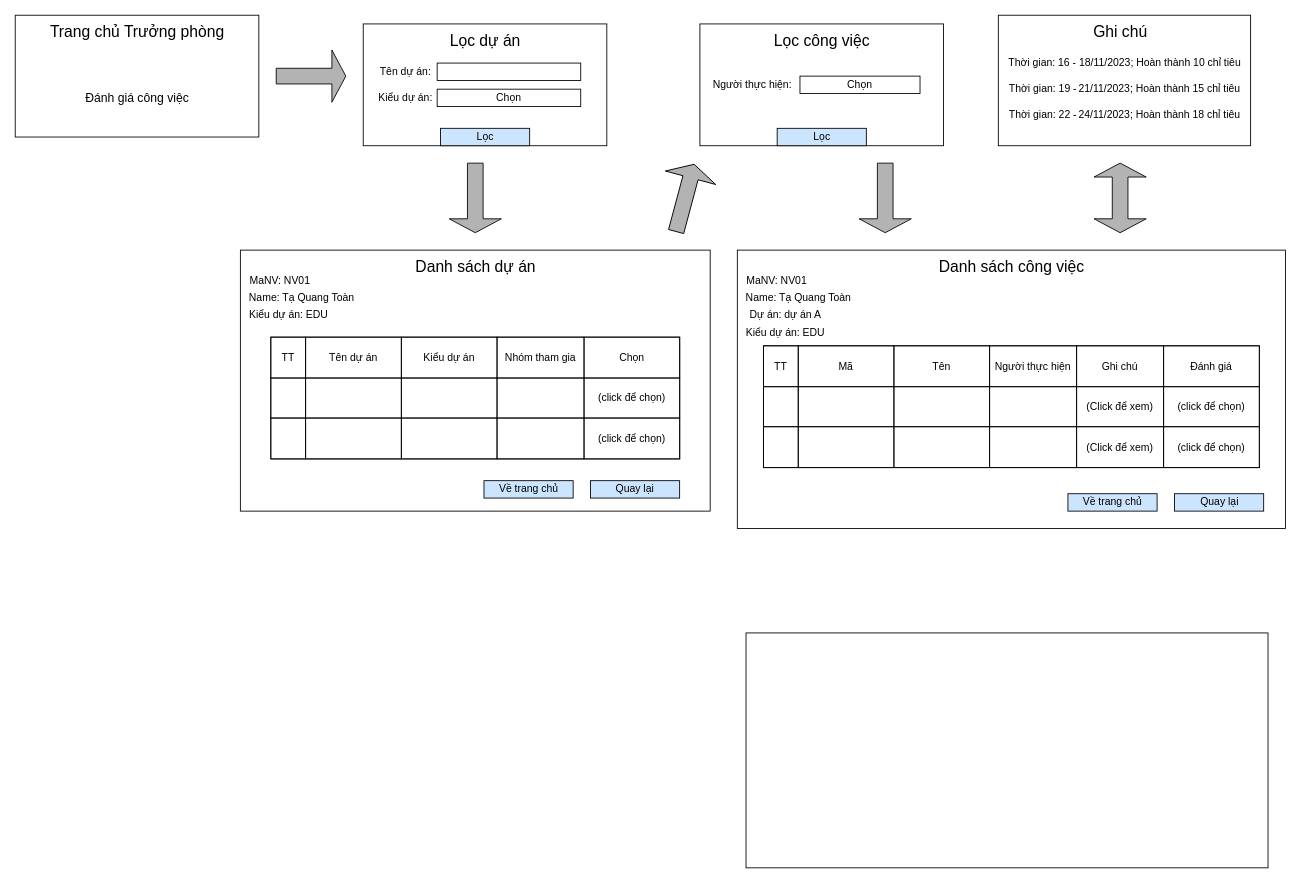
The draw.io diagram Untitled Diagram.drawio in ToanTa0326/next_test, before the edit. Source tidied: cells renumbered, new cells numbered last; positions are measured from the earlier drawing's top-left corner, leaving out a move shared by most shapes. Both pictures are drawn from the tidied source at 87%, with x=0, y=0 at pixel (15, 15).
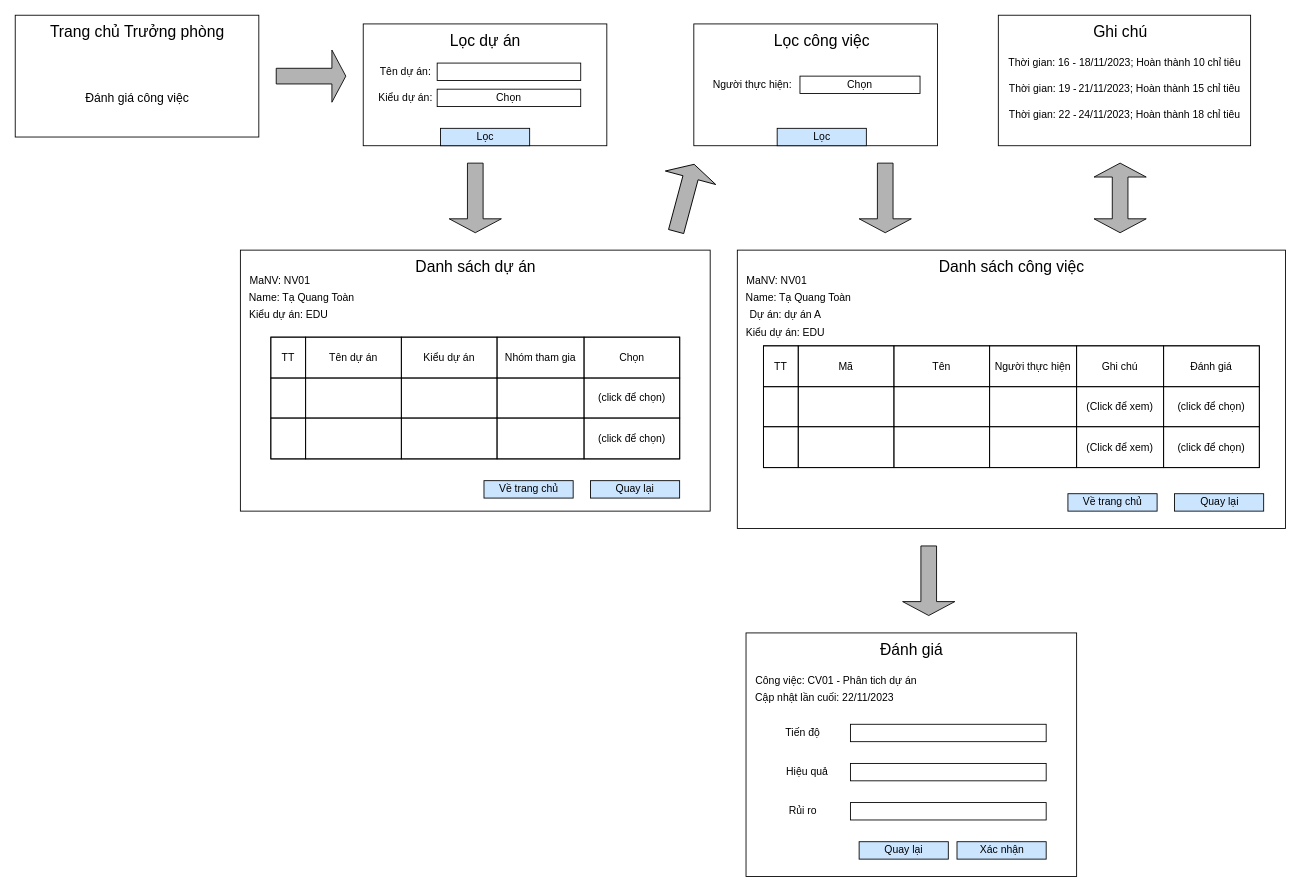
Above is the later version.

Diff of the diagram source:
```diff
@@
+    <mxCell id="84" style="rounded=0;whiteSpace=wrap;html=1;" parent="1" vertex="1">
+      <mxGeometry x="780" y="10" width="280" height="140" as="geometry" />
+    </mxCell>
@@
-    <mxCell id="40" style="rounded=0;whiteSpace=wrap;html=1;" parent="1" vertex="1">
-      <mxGeometry x="787" y="10" width="280" height="140" as="geometry" />
-    </mxCell>
@@
     <mxCell id="83" style="rounded=0;whiteSpace=wrap;html=1;" parent="1" vertex="1">
-      <mxGeometry x="840" y="710" width="600" height="270" as="geometry" />
+      <mxGeometry x="840" y="710" width="380" height="280" as="geometry" />
     </mxCell>
+    <mxCell id="85" value="&lt;span style=&quot;font-size: 18px;&quot;&gt;Đánh giá&lt;/span&gt;" style="text;html=1;align=center;verticalAlign=middle;strokeColor=none;fillColor=none;" parent="1" vertex="1">
+      <mxGeometry x="980" y="710" width="100" height="40" as="geometry" />
+    </mxCell>
+    <mxCell id="86" value="Tiến độ" style="text;html=1;align=center;verticalAlign=middle;strokeColor=none;fillColor=none;" parent="1" vertex="1">
+      <mxGeometry x="875" y="810" width="60" height="30" as="geometry" />
+    </mxCell>
+    <mxCell id="87" style="rounded=0;whiteSpace=wrap;html=1;" parent="1" vertex="1">
+      <mxGeometry x="960" y="815" width="225" height="20" as="geometry" />
+    </mxCell>
+    <mxCell id="88" value="Công việc: CV01 - Phân tich dự án&amp;nbsp;" style="text;html=1;align=center;verticalAlign=middle;strokeColor=none;fillColor=none;" parent="1" vertex="1">
+      <mxGeometry x="840" y="750" width="210" height="30" as="geometry" />
+    </mxCell>
+    <mxCell id="89" value="Hiệu quả" style="text;html=1;align=center;verticalAlign=middle;strokeColor=none;fillColor=none;" parent="1" vertex="1">
+      <mxGeometry x="875" y="855" width="70" height="30" as="geometry" />
+    </mxCell>
+    <mxCell id="90" style="rounded=0;whiteSpace=wrap;html=1;" parent="1" vertex="1">
+      <mxGeometry x="960" y="860" width="225" height="20" as="geometry" />
+    </mxCell>
+    <mxCell id="91" value="Rủi ro" style="text;html=1;align=center;verticalAlign=middle;strokeColor=none;fillColor=none;" parent="1" vertex="1">
+      <mxGeometry x="875" y="900" width="60" height="30" as="geometry" />
+    </mxCell>
+    <mxCell id="92" style="rounded=0;whiteSpace=wrap;html=1;" parent="1" vertex="1">
+      <mxGeometry x="960" y="905" width="225" height="20" as="geometry" />
+    </mxCell>
+    <mxCell id="93" value="Cập nhật lần cuối: 22/11/2023" style="text;html=1;align=center;verticalAlign=middle;strokeColor=none;fillColor=none;" parent="1" vertex="1">
+      <mxGeometry x="840" y="770" width="180" height="30" as="geometry" />
+    </mxCell>
+    <mxCell id="94" value="Xác nhận" style="rounded=0;whiteSpace=wrap;html=1;fillColor=#CCE5FF;" parent="1" vertex="1">
+      <mxGeometry x="1082.5" y="950" width="102.5" height="20" as="geometry" />
+    </mxCell>
+    <mxCell id="95" value="Quay lại" style="rounded=0;whiteSpace=wrap;html=1;fillColor=#CCE5FF;" parent="1" vertex="1">
+      <mxGeometry x="970" y="950" width="102.5" height="20" as="geometry" />
+    </mxCell>
+    <mxCell id="96" style="shape=singleArrow;whiteSpace=wrap;html=1;rotation=90;fillColor=#B3B3B3;" parent="1" vertex="1">
+      <mxGeometry x="1010" y="620" width="80" height="60" as="geometry" />
+    </mxCell>
```
